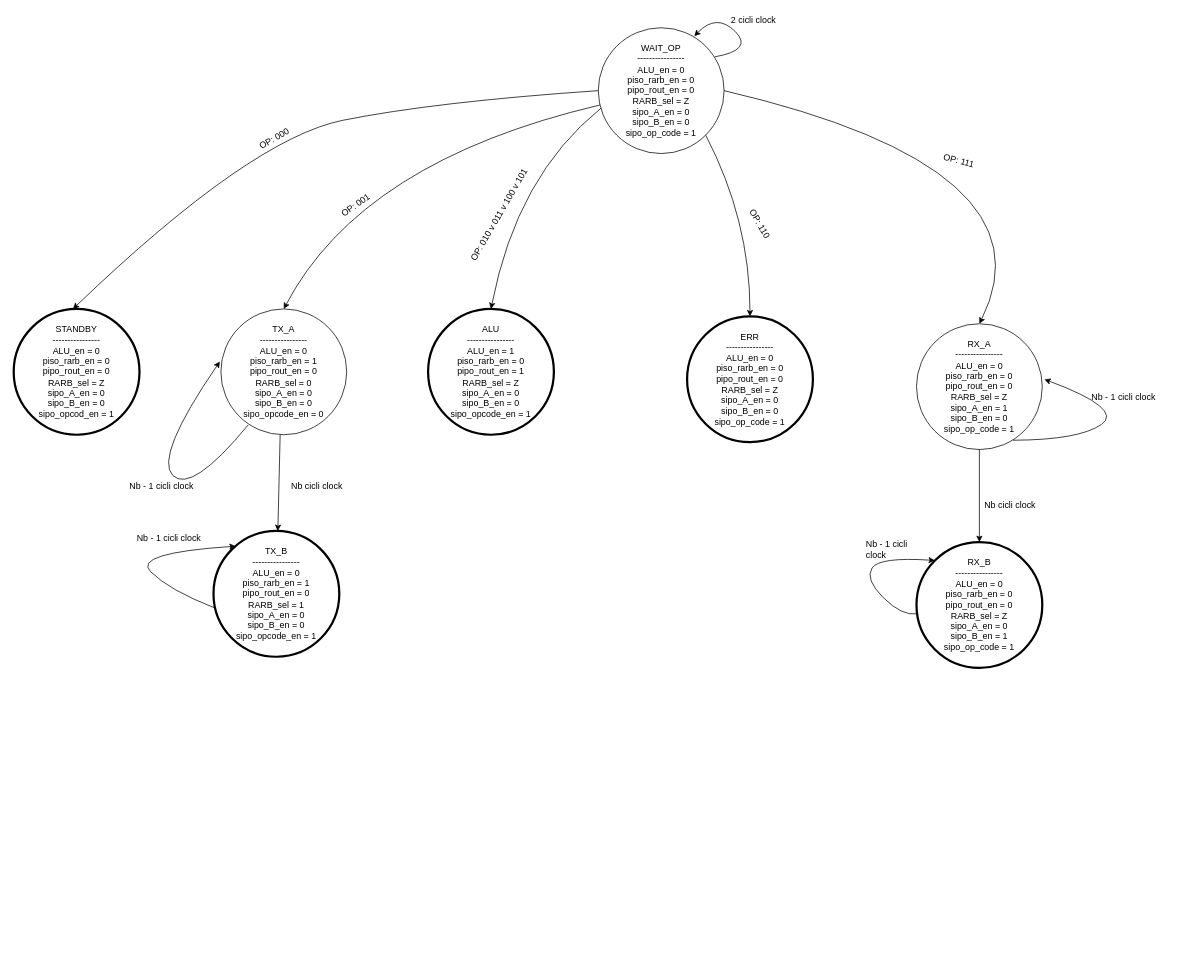
Above: docs/fsm_bella.drawio in fdila/Multi-Operation-ALU-VHDL (draw.io), before the change. Source tidied: cells renumbered, new cells numbered last; positions are measured from the earlier drawing's top-left corner, leaving out a move shared by most shapes. Both pictures are drawn from the tidied source at 74%, with x=0, y=0 at pixel (13, 13).
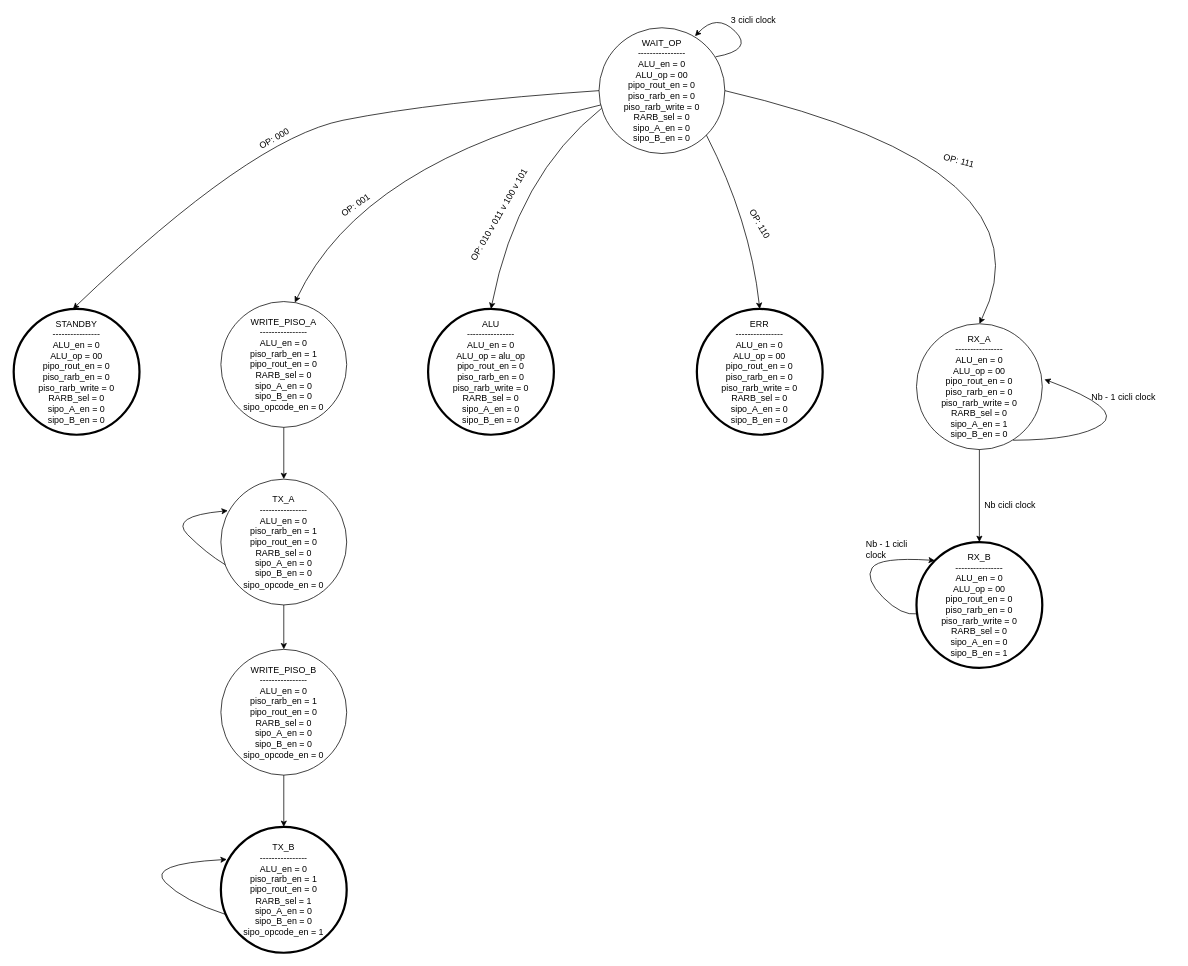
Above is the later version.

What changed in the source:
```diff
@@
-    <mxCell id="2" value="WAIT_OP&lt;br&gt;----------------&lt;br&gt;ALU_en = 0&lt;br&gt;piso_rarb_en = 0&lt;br&gt;pipo_rout_en = 0&lt;br&gt;RARB_sel = Z&lt;br&gt;sipo_A_en = 0&lt;br&gt;sipo_B_en = 0&lt;br&gt;sipo_op_code = 1" style="ellipse;whiteSpace=wrap;html=1;" parent="1" vertex="1">
-      <mxGeometry x="790" y="20" width="170" height="170" as="geometry" />
+    <mxCell id="2" value="WAIT_OP&lt;br&gt;----------------&lt;br&gt;ALU_en = 0&lt;br&gt;ALU_op = 00&lt;br&gt;pipo_rout_en = 0&lt;br&gt;piso_rarb_en = 0&lt;br&gt;piso_rarb_write = 0&lt;br&gt;RARB_sel = 0&lt;br&gt;sipo_A_en = 0&lt;br&gt;sipo_B_en = 0" style="ellipse;whiteSpace=wrap;html=1;" parent="1" vertex="1">
+      <mxGeometry x="791" y="20" width="170" height="170" as="geometry" />
     </mxCell>
-    <mxCell id="3" value="STANDBY&lt;br&gt;----------------&lt;br&gt;ALU_en = 0&lt;br&gt;piso_rarb_en = 0&lt;br&gt;pipo_rout_en = 0&lt;br&gt;RARB_sel = Z&lt;br&gt;sipo_A_en = 0&lt;br&gt;sipo_B_en = 0&lt;br&gt;sipo_opcod_en = 1" style="ellipse;whiteSpace=wrap;html=1;strokeWidth=3;" parent="1" vertex="1">
+    <mxCell id="3" value="STANDBY&lt;br&gt;----------------&lt;br&gt;ALU_en = 0&lt;br&gt;ALU_op = 00&lt;br&gt;pipo_rout_en = 0&lt;br&gt;piso_rarb_en = 0&lt;br&gt;piso_rarb_write = 0&lt;br&gt;RARB_sel = 0&lt;br&gt;sipo_A_en = 0&lt;br&gt;sipo_B_en = 0" style="ellipse;whiteSpace=wrap;html=1;strokeWidth=3;" parent="1" vertex="1">
       <mxGeometry y="400" width="170" height="170" as="geometry" />
     </mxCell>
-    <mxCell id="4" value="TX_A&lt;br&gt;----------------&lt;br&gt;ALU_en = 0&lt;br&gt;piso_rarb_en = 1&lt;br&gt;pipo_rout_en = 0&lt;br&gt;RARB_sel = 0&lt;br&gt;sipo_A_en = 0&lt;br&gt;sipo_B_en = 0&lt;br&gt;sipo_opcode_en = 0" style="ellipse;whiteSpace=wrap;html=1;" parent="1" vertex="1">
-      <mxGeometry x="280" y="400" width="170" height="170" as="geometry" />
+    <mxCell id="4" value="WRITE_PISO_B&lt;br&gt;----------------&lt;br&gt;ALU_en = 0&lt;br&gt;piso_rarb_en = 1&lt;br&gt;pipo_rout_en = 0&lt;br&gt;RARB_sel = 0&lt;br&gt;sipo_A_en = 0&lt;br&gt;sipo_B_en = 0&lt;br&gt;sipo_opcode_en = 0" style="ellipse;whiteSpace=wrap;html=1;" parent="1" vertex="1">
+      <mxGeometry x="280" y="860" width="170" height="170" as="geometry" />
     </mxCell>
-    <mxCell id="5" value="ALU&lt;br&gt;----------------&lt;br&gt;ALU_en = 1&lt;br&gt;piso_rarb_en = 0&lt;br&gt;pipo_rout_en = 1&lt;br&gt;RARB_sel = Z&lt;br&gt;sipo_A_en = 0&lt;br&gt;sipo_B_en = 0&lt;br&gt;sipo_opcode_en = 1" style="ellipse;whiteSpace=wrap;html=1;strokeWidth=3;" parent="1" vertex="1">
+    <mxCell id="5" value="ALU&lt;br&gt;----------------&lt;br&gt;ALU_en = 0&lt;br&gt;ALU_op = alu_op&lt;br&gt;pipo_rout_en = 0&lt;br&gt;piso_rarb_en = 0&lt;br&gt;piso_rarb_write = 0&lt;br&gt;RARB_sel = 0&lt;br&gt;sipo_A_en = 0&lt;br&gt;sipo_B_en = 0" style="ellipse;whiteSpace=wrap;html=1;strokeWidth=3;" parent="1" vertex="1">
       <mxGeometry x="560" y="400" width="170" height="170" as="geometry" />
     </mxCell>
-    <mxCell id="6" value="ERR&lt;br&gt;----------------&lt;br&gt;ALU_en = 0&lt;br&gt;piso_rarb_en = 0&lt;br&gt;pipo_rout_en = 0&lt;br&gt;RARB_sel = Z&lt;br&gt;sipo_A_en = 0&lt;br&gt;sipo_B_en = 0&lt;br&gt;sipo_op_code = 1" style="ellipse;whiteSpace=wrap;html=1;strokeWidth=3;" parent="1" vertex="1">
-      <mxGeometry x="910" y="410" width="170" height="170" as="geometry" />
+    <mxCell id="6" value="ERR&lt;br&gt;----------------&lt;br&gt;ALU_en = 0&lt;br&gt;ALU_op = 00&lt;br&gt;pipo_rout_en = 0&lt;br&gt;piso_rarb_en = 0&lt;br&gt;piso_rarb_write = 0&lt;br&gt;RARB_sel = 0&lt;br&gt;sipo_A_en = 0&lt;br&gt;sipo_B_en = 0" style="ellipse;whiteSpace=wrap;html=1;strokeWidth=3;" parent="1" vertex="1">
+      <mxGeometry x="923.2" y="400" width="170" height="170" as="geometry" />
     </mxCell>
-    <mxCell id="7" value="RX_A&lt;br&gt;----------------&lt;br&gt;ALU_en = 0&lt;br&gt;piso_rarb_en = 0&lt;br&gt;pipo_rout_en = 0&lt;br&gt;RARB_sel = Z&lt;br&gt;sipo_A_en = 1&lt;br&gt;sipo_B_en = 0&lt;br&gt;sipo_op_code = 1" style="ellipse;whiteSpace=wrap;html=1;" parent="1" vertex="1">
+    <mxCell id="7" value="RX_A&lt;br&gt;----------------&lt;br&gt;ALU_en = 0&lt;br&gt;ALU_op = 00&lt;br&gt;pipo_rout_en = 0&lt;br&gt;piso_rarb_en = 0&lt;br&gt;piso_rarb_write = 0&lt;br&gt;RARB_sel = 0&lt;br&gt;sipo_A_en = 1&lt;br&gt;sipo_B_en = 0" style="ellipse;whiteSpace=wrap;html=1;" parent="1" vertex="1">
       <mxGeometry x="1220" y="420" width="170" height="170" as="geometry" />
     </mxCell>
@@
-    <mxCell id="9" style="endArrow=classic;html=1;curved=1;entryX=0.5;entryY=0;entryDx=0;entryDy=0;" parent="1" edge="1" source="2" target="4">
+    <mxCell id="9" style="endArrow=classic;html=1;curved=1;entryX=0.588;entryY=0.008;entryDx=0;entryDy=0;entryPerimeter=0;" parent="1" edge="1" source="2" target="34">
       <mxGeometry relative="1" as="geometry">
         <Array as="points">
           <mxPoint x="470" y="200" />
         </Array>
       </mxGeometry>
     </mxCell>
@@
-    <mxCell id="17" value="2 cicli clock" style="text;html=1;strokeColor=none;fillColor=none;align=center;verticalAlign=middle;whiteSpace=wrap;rounded=0;" parent="1" vertex="1">
+    <mxCell id="17" value="3 cicli clock" style="text;html=1;strokeColor=none;fillColor=none;align=center;verticalAlign=middle;whiteSpace=wrap;rounded=0;" parent="1" vertex="1">
       <mxGeometry x="960" width="80" height="20" as="geometry" />
     </mxCell>
-    <mxCell id="18" value="RX_B&lt;br&gt;----------------&lt;br&gt;ALU_en = 0&lt;br&gt;piso_rarb_en = 0&lt;br&gt;pipo_rout_en = 0&lt;br&gt;RARB_sel = Z&lt;br&gt;sipo_A_en = 0&lt;br&gt;sipo_B_en = 1&lt;br&gt;sipo_op_code = 1" style="ellipse;whiteSpace=wrap;html=1;strokeWidth=3;" parent="1" vertex="1">
+    <mxCell id="18" value="RX_B&lt;br&gt;----------------&lt;br&gt;ALU_en = 0&lt;br&gt;ALU_op = 00&lt;br&gt;pipo_rout_en = 0&lt;br&gt;piso_rarb_en = 0&lt;br&gt;piso_rarb_write = 0&lt;br&gt;RARB_sel = 0&lt;br&gt;sipo_A_en = 0&lt;br&gt;sipo_B_en = 1" style="ellipse;whiteSpace=wrap;html=1;strokeWidth=3;" parent="1" vertex="1">
       <mxGeometry x="1220" y="715" width="170" height="170" as="geometry" />
     </mxCell>
     <mxCell id="19" value="TX_B&lt;br&gt;----------------&lt;br&gt;ALU_en = 0&lt;br&gt;piso_rarb_en = 1&lt;br&gt;pipo_rout_en = 0&lt;br&gt;RARB_sel = 1&lt;br&gt;sipo_A_en = 0&lt;br&gt;sipo_B_en = 0&lt;br&gt;sipo_opcode_en = 1" style="ellipse;whiteSpace=wrap;html=1;strokeWidth=3;" parent="1" vertex="1">
-      <mxGeometry x="270" y="700" width="170" height="170" as="geometry" />
+      <mxGeometry x="280" y="1100" width="170" height="170" as="geometry" />
     </mxCell>
-    <mxCell id="20" style="endArrow=classic;html=1;exitX=0.471;exitY=1;exitDx=0;exitDy=0;exitPerimeter=0;" parent="1" edge="1" source="4" target="19">
-      <mxGeometry relative="1" as="geometry" />
-    </mxCell>
-    <mxCell id="21" style="curved=1;endArrow=classic;html=1;exitX=0.217;exitY=0.922;exitDx=0;exitDy=0;exitPerimeter=0;entryX=-0.008;entryY=0.418;entryDx=0;entryDy=0;entryPerimeter=0;" parent="1" edge="1" source="4" target="4">
-      <mxGeometry relative="1" as="geometry">
-        <Array as="points">
-          <mxPoint x="240" y="650" />
-          <mxPoint x="190" y="600" />
-        </Array>
-      </mxGeometry>
-    </mxCell>
-    <mxCell id="22" style="curved=1;endArrow=classic;html=1;entryX=0.177;entryY=0.121;entryDx=0;entryDy=0;entryPerimeter=0;exitX=0.015;exitY=0.614;exitDx=0;exitDy=0;exitPerimeter=0;" parent="1" edge="1" source="19" target="19">
-      <mxGeometry relative="1" as="geometry">
-        <Array as="points">
-          <mxPoint x="210" y="780" />
-          <mxPoint x="160" y="730" />
-        </Array>
-      </mxGeometry>
-    </mxCell>
@@
-    <mxCell id="26" value="Nb - 1 cicli clock" style="text;html=1;strokeColor=none;fillColor=none;align=center;verticalAlign=middle;whiteSpace=wrap;rounded=0;" parent="1" vertex="1">
-      <mxGeometry x="160" y="700" width="100" height="20" as="geometry" />
-    </mxCell>
@@
-    <mxCell id="30" value="Nb - 1 cicli clock" style="text;html=1;strokeColor=none;fillColor=none;align=center;verticalAlign=middle;whiteSpace=wrap;rounded=0;" parent="1" vertex="1">
-      <mxGeometry x="130" y="630" width="140" height="20" as="geometry" />
-    </mxCell>
-    <mxCell id="31" value="Nb cicli clock" style="text;html=1;strokeColor=none;fillColor=none;align=center;verticalAlign=middle;whiteSpace=wrap;rounded=0;" parent="1" vertex="1">
-      <mxGeometry x="340" y="630" width="140" height="20" as="geometry" />
-    </mxCell>
@@
+    <mxCell id="34" value="WRITE_PISO_A&lt;br&gt;----------------&lt;br&gt;ALU_en = 0&lt;br&gt;piso_rarb_en = 1&lt;br&gt;pipo_rout_en = 0&lt;br&gt;RARB_sel = 0&lt;br&gt;sipo_A_en = 0&lt;br&gt;sipo_B_en = 0&lt;br&gt;sipo_opcode_en = 0" style="ellipse;whiteSpace=wrap;html=1;" parent="1" vertex="1">
+      <mxGeometry x="280" y="390" width="170" height="170" as="geometry" />
+    </mxCell>
+    <mxCell id="35" value="TX_A&lt;br&gt;----------------&lt;br&gt;ALU_en = 0&lt;br&gt;piso_rarb_en = 1&lt;br&gt;pipo_rout_en = 0&lt;br&gt;RARB_sel = 0&lt;br&gt;sipo_A_en = 0&lt;br&gt;sipo_B_en = 0&lt;br&gt;sipo_opcode_en = 0" style="ellipse;whiteSpace=wrap;html=1;" parent="1" vertex="1">
+      <mxGeometry x="280" y="630" width="170" height="170" as="geometry" />
+    </mxCell>
+    <mxCell id="36" style="endArrow=classic;html=1;exitX=0.5;exitY=1;exitDx=0;exitDy=0;" parent="1" edge="1" source="34" target="35">
+      <mxGeometry relative="1" as="geometry" />
+    </mxCell>
+    <mxCell id="37" style="endArrow=classic;html=1;exitX=0.5;exitY=1;exitDx=0;exitDy=0;entryX=0.5;entryY=0;entryDx=0;entryDy=0;" parent="1" edge="1" source="35" target="4">
+      <mxGeometry relative="1" as="geometry" />
+    </mxCell>
+    <mxCell id="20" style="endArrow=classic;html=1;exitX=0.5;exitY=1;exitDx=0;exitDy=0;entryX=0.5;entryY=0;entryDx=0;entryDy=0;" parent="1" edge="1" source="4" target="19">
+      <mxGeometry relative="1" as="geometry" />
+    </mxCell>
+    <mxCell id="38" style="curved=1;endArrow=classic;html=1;exitX=0.034;exitY=0.68;exitDx=0;exitDy=0;exitPerimeter=0;entryX=0.055;entryY=0.251;entryDx=0;entryDy=0;entryPerimeter=0;" parent="1" edge="1" source="35" target="35">
+      <mxGeometry relative="1" as="geometry">
+        <Array as="points">
+          <mxPoint x="260" y="730" />
+          <mxPoint x="210" y="680" />
+        </Array>
+      </mxGeometry>
+    </mxCell>
+    <mxCell id="22" style="curved=1;endArrow=classic;html=1;exitX=0.039;exitY=0.696;exitDx=0;exitDy=0;exitPerimeter=0;entryX=0.047;entryY=0.258;entryDx=0;entryDy=0;entryPerimeter=0;" parent="1" edge="1" source="19" target="19">
+      <mxGeometry relative="1" as="geometry">
+        <Array as="points">
+          <mxPoint x="230" y="1200" />
+          <mxPoint x="180" y="1150" />
+        </Array>
+      </mxGeometry>
+    </mxCell>
```
